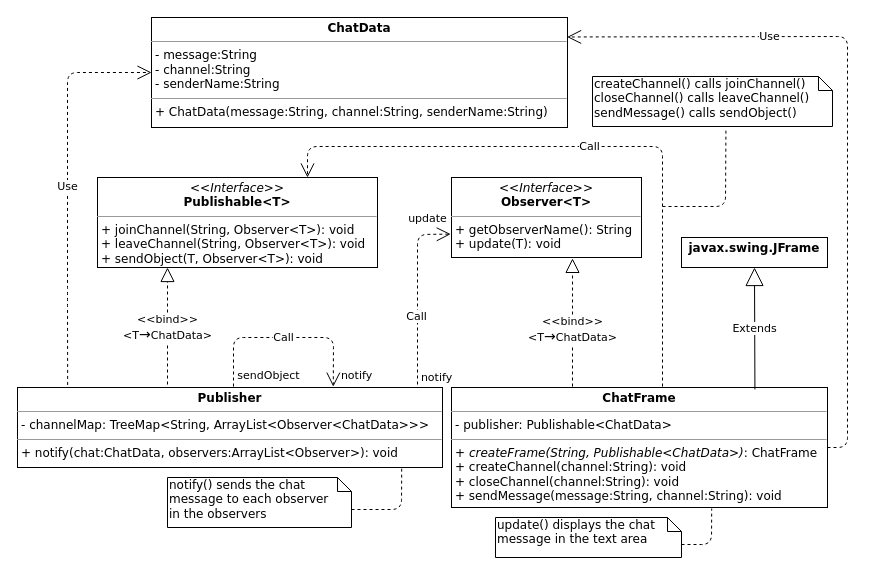
Above: doc/images/SimpleChatUMLClassDiagram.drawio in owencho/SimpleChat (draw.io), before the change. Source tidied: cells renumbered, new cells numbered last; positions are measured from the earlier drawing's top-left corner, leaving out a move shared by most shapes. Both pictures are drawn from the tidied source at 100%, with x=0, y=0 at pixel (17, 17).
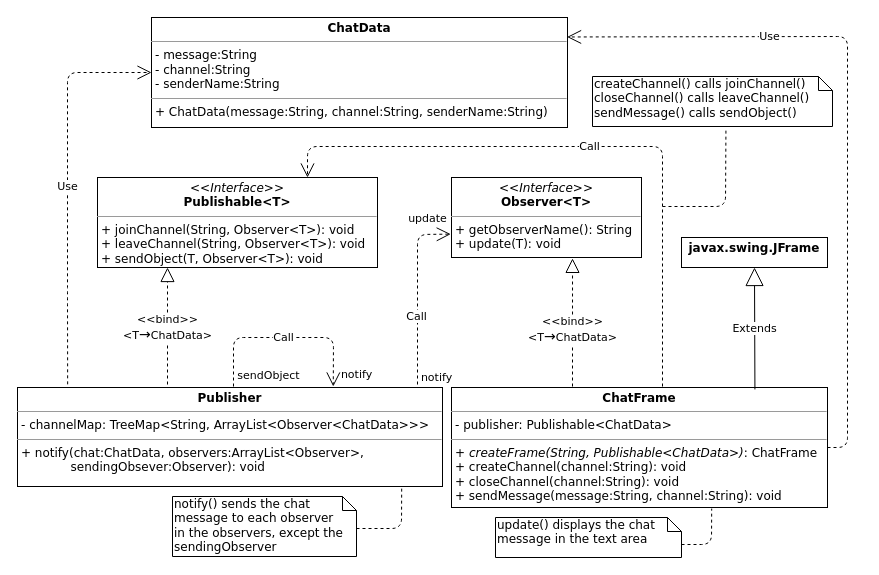
The same diagram, later.

Commit message (it also covers changes not shown here):
Amended the UML class diagram

Change to the diagram source:
```diff
@@
-    <mxCell id="3" value="&lt;p style=&quot;margin: 0px ; margin-top: 4px ; text-align: center&quot;&gt;&lt;b&gt;Publisher&lt;/b&gt;&lt;/p&gt;&lt;hr size=&quot;1&quot;&gt;&lt;p style=&quot;margin: 0px ; margin-left: 4px&quot;&gt;- channelMap: TreeMap&amp;lt;String, ArrayList&amp;lt;Observer&amp;lt;ChatData&amp;gt;&amp;gt;&amp;gt;&lt;/p&gt;&lt;hr size=&quot;1&quot;&gt;&lt;p style=&quot;margin: 0px ; margin-left: 4px&quot;&gt;+ notify(chat:ChatData, observers:ArrayList&amp;lt;Observer&amp;gt;): void&lt;/p&gt;" style="verticalAlign=top;align=left;overflow=fill;fontSize=12;fontFamily=Verdana;html=1;" parent="1" vertex="1">
-      <mxGeometry y="370" width="425" height="80" as="geometry" />
+    <mxCell id="3" value="&lt;p style=&quot;margin: 0px ; margin-top: 4px ; text-align: center&quot;&gt;&lt;b&gt;Publisher&lt;/b&gt;&lt;/p&gt;&lt;hr size=&quot;1&quot;&gt;&lt;p style=&quot;margin: 0px ; margin-left: 4px&quot;&gt;- channelMap: TreeMap&amp;lt;String, ArrayList&amp;lt;Observer&amp;lt;ChatData&amp;gt;&amp;gt;&amp;gt;&lt;/p&gt;&lt;hr size=&quot;1&quot;&gt;&lt;p style=&quot;margin: 0px ; margin-left: 4px&quot;&gt;+ notify(chat:ChatData, observers:ArrayList&amp;lt;Observer&amp;gt;,&lt;/p&gt;&lt;p style=&quot;margin: 0px ; margin-left: 4px&quot;&gt;&amp;nbsp; &amp;nbsp; &amp;nbsp; &amp;nbsp; &amp;nbsp; &amp;nbsp; &amp;nbsp;sendingObsever:Observer): void&lt;/p&gt;" style="verticalAlign=top;align=left;overflow=fill;fontSize=12;fontFamily=Verdana;html=1;" parent="1" vertex="1">
+      <mxGeometry y="370" width="425" height="99" as="geometry" />
     </mxCell>
@@
-    <mxCell id="21" value="notify() sends the chat message to each observer&lt;br&gt;in the observers" style="shape=note;whiteSpace=wrap;html=1;size=14;verticalAlign=top;align=left;spacingTop=-6;fontFamily=Verdana;" parent="1" vertex="1">
-      <mxGeometry x="150" y="460" width="184" height="50" as="geometry" />
+    <mxCell id="21" value="notify() sends the chat message to each observer&lt;br&gt;in the observers, except the sendingObserver" style="shape=note;whiteSpace=wrap;html=1;size=14;verticalAlign=top;align=left;spacingTop=-6;fontFamily=Verdana;" parent="1" vertex="1">
+      <mxGeometry x="155" y="479" width="184" height="60" as="geometry" />
     </mxCell>
     <mxCell id="22" style="endArrow=none;dashed=1;html=1;fontFamily=Verdana;entryX=0.904;entryY=1.015;entryDx=0;entryDy=0;entryPerimeter=0;exitX=0;exitY=0;exitDx=184;exitDy=32;exitPerimeter=0;" parent="1" edge="1" source="21" target="3">
       <mxGeometry relative="1" as="geometry">
         <Array as="points">
-          <mxPoint x="384" y="492" />
+          <mxPoint x="384" y="511" />
         </Array>
       </mxGeometry>
     </mxCell>
```
